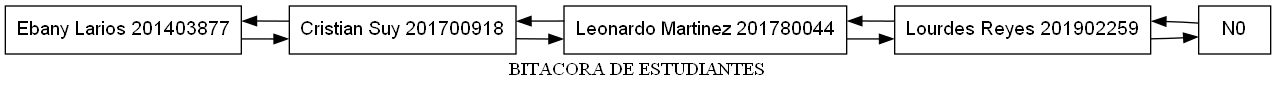
This is EDD_Proyecto1_Fase1/lista.png from Nahomi-Aparicio/EDD_1S2023_PY_202113293_F1, a Graphviz export, as it was before one commit. Its source is kept beside it as EDD_Proyecto1_Fase1/lista.dot.
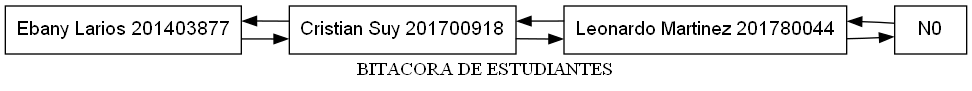
Later version of the same file.

Diff of the diagram source:
```diff
@@ -3,16 +3,13 @@
 node [shape=box];
 node [shape=record fontname=Arial]
 label = "BITACORA DE ESTUDIANTES";
-N4[label="{Ebany Larios 201403877}"];
+N3[label="{Ebany Larios 201403877}"];
 N1 -> N0;
 N0 -> N1;
-N3[label="{Cristian Suy 201700918}"];
+N2[label="{Cristian Suy 201700918}"];
 N2 -> N1;
 N1 -> N2;
-N2[label="{Leonardo Martinez 201780044}"];
+N1[label="{Leonardo Martinez 201780044}"];
 N3 -> N2;
 N2 -> N3;
-N1[label="{Lourdes Reyes 201902259}"];
-N4 -> N3;
-N3 -> N4;
 }
```
